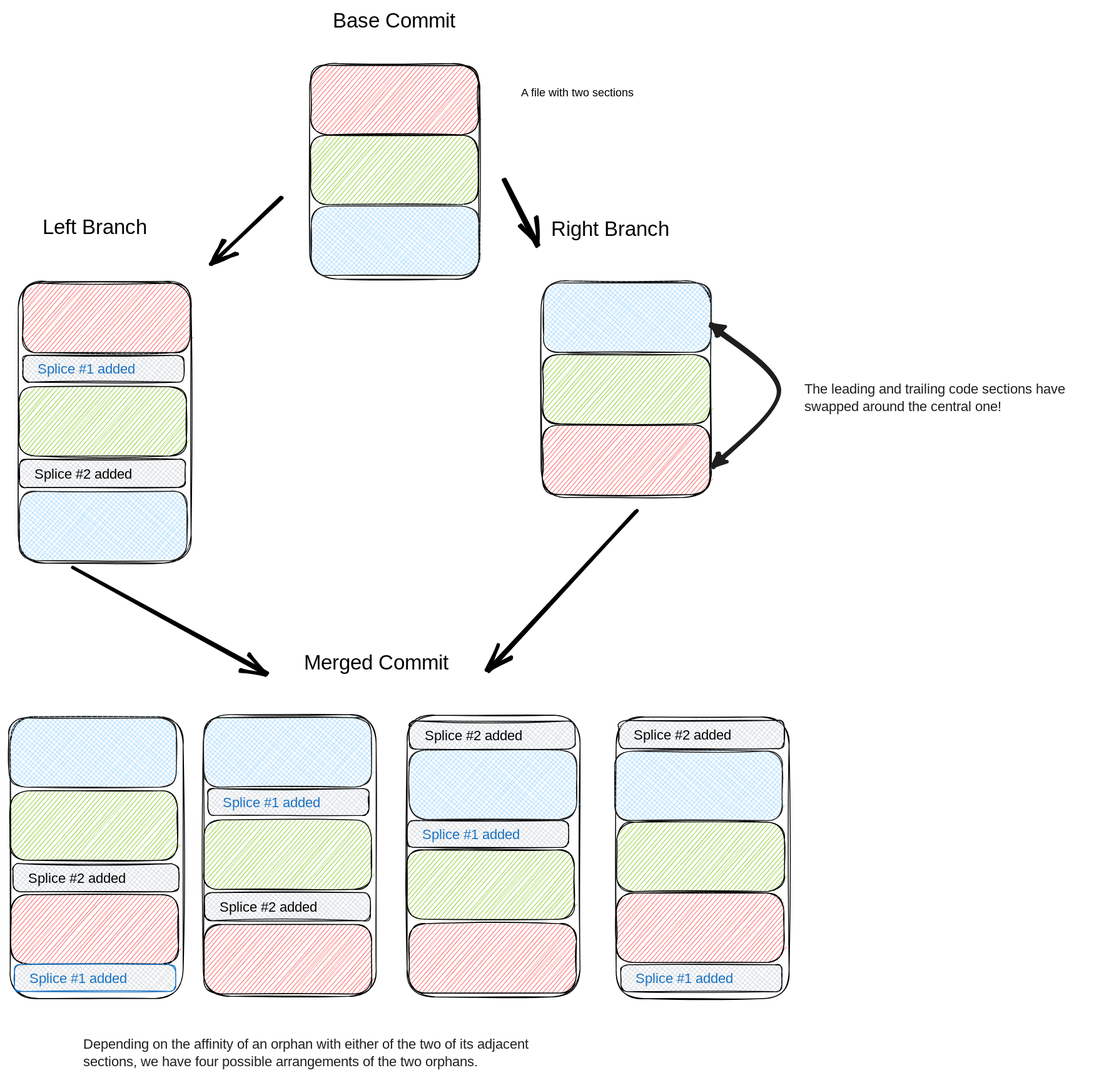
Before: documents/ComplexCodeMotionWithTwoOrphans.excalidraw.svg, a diagram exported from Excalidraw (sageserpent-open/kineticMerge). Source tidied: one line per element, renumbered; positions are measured from the earlier drawing's top-left corner, leaving out a move shared by most shapes.
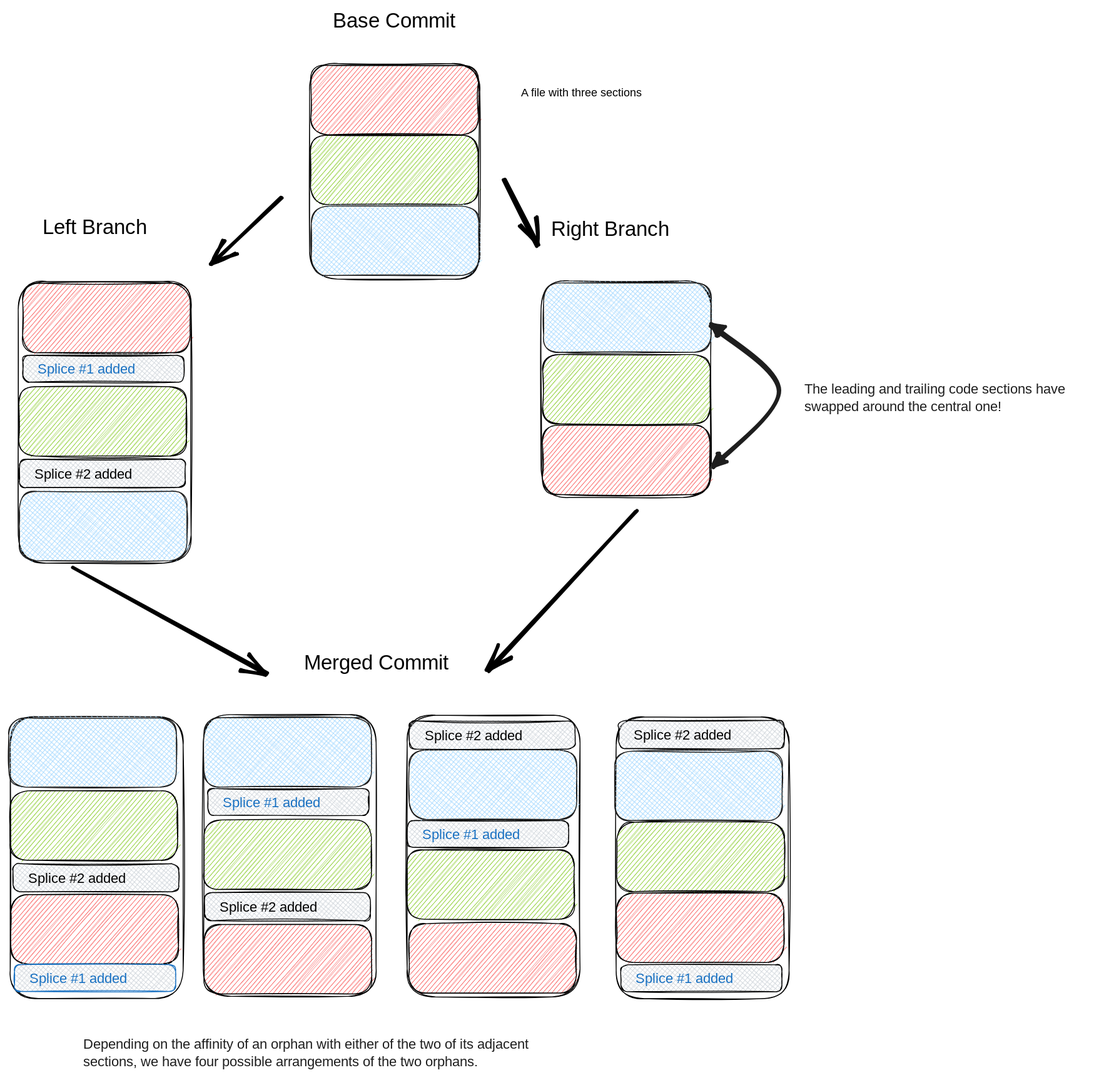
Later version of the same file.

Commit message:
Correct typo in example of complex code motion with two orphans.

Change to the diagram source:
```diff
@@ -1,7 +1,7 @@
 {"id": 0, "type": "rectangle", "strokeColor": "#000000", "backgroundColor": "#fa5252", "fillStyle": "hachure", "strokeWidth": 1, "roughness": 1, "round": true, "x": 345, "y": 65, "width": 191, "height": 79}
 {"id": 1, "type": "rectangle", "strokeColor": "#000000", "backgroundColor": "#82c91e", "fillStyle": "hachure", "strokeWidth": 1, "roughness": 1, "round": true, "x": 345, "y": 144, "width": 191, "height": 79}
 {"id": 2, "type": "rectangle", "strokeColor": "#000000", "strokeWidth": 1, "roughness": 1, "round": true, "x": 343, "y": 62, "width": 194, "height": 246}
-{"id": 3, "type": "text", "text": "A file with two sections", "strokeColor": "#000000", "strokeWidth": 1, "roughness": 1, "fontSize": 12.93, "fontFamily": 1, "x": 585, "y": 88, "width": 152, "height": 16}
+{"id": 3, "type": "text", "text": "A file with three sections", "strokeColor": "#000000", "strokeWidth": 1, "roughness": 1, "fontSize": 12.93, "fontFamily": 1, "x": 585, "y": 88, "width": 163, "height": 16}
 {"id": 4, "type": "rectangle", "strokeColor": "#000000", "backgroundColor": "#fa5252", "fillStyle": "hachure", "strokeWidth": 1, "roughness": 1, "round": true, "x": 16, "y": 313, "width": 191, "height": 79}
 {"id": 5, "type": "rectangle", "strokeColor": "#000000", "backgroundColor": "#82c91e", "fillStyle": "hachure", "strokeWidth": 1, "roughness": 1, "round": true, "x": 12, "y": 431, "width": 191, "height": 79}
 {"id": 6, "type": "rectangle", "strokeColor": "#000000", "strokeWidth": 1, "roughness": 1, "round": true, "x": 11, "y": 311, "width": 197, "height": 322}
```
